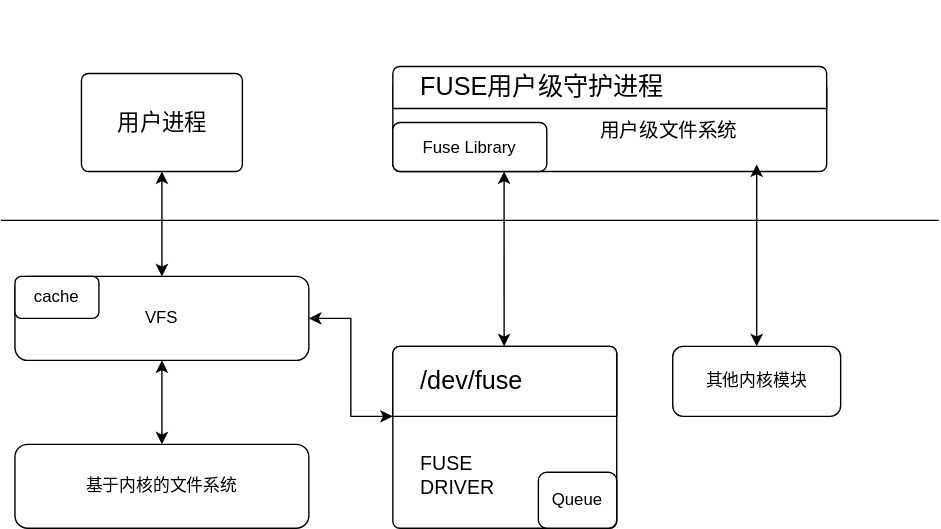
Before: 未命名绘图.drawio.svg, a diagram exported from draw.io (493520280/blog-img). Source tidied: cells renumbered, new cells last; positions are measured from the earlier drawing's top-left corner, leaving out a move shared by most shapes.
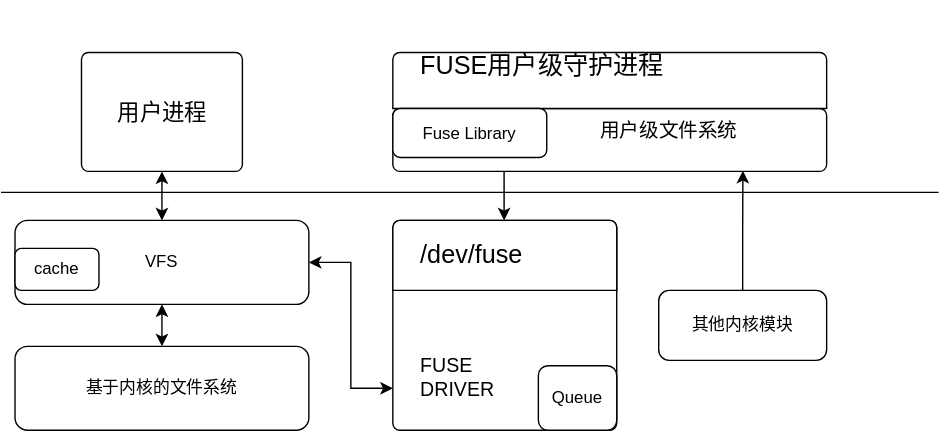
After the change.

Commit message:
更新未命名绘图.drawio.svg

The edit, as a diff of the source:
```diff
@@ -3,7 +3,7 @@
     <mxCell id="0" />
     <mxCell id="1" parent="0" />
     <mxCell id="2" value="用户进程" style="html=1;shadow=0;dashed=0;shape=mxgraph.bootstrap.rrect;rSize=5;strokeWidth=1;whiteSpace=wrap;align=center;verticalAlign=middle;spacingLeft=0;fontStyle=0;fontSize=16;spacing=5;" parent="1" vertex="1">
-      <mxGeometry x="57.5" width="115" height="70" as="geometry" />
+      <mxGeometry x="57.5" y="5" width="115" height="85" as="geometry" />
     </mxCell>
     <mxCell id="3" style="endArrow=none;html=1;rounded=0;" parent="1" edge="1">
       <mxGeometry relative="1" as="geometry">
@@ -15,13 +15,13 @@
       <mxGeometry relative="1" as="geometry" />
     </mxCell>
     <mxCell id="5" value="VFS" style="rounded=1;whiteSpace=wrap;html=1;" parent="1" vertex="1">
-      <mxGeometry x="10" y="145" width="210" height="60" as="geometry" />
+      <mxGeometry x="10" y="125" width="210" height="60" as="geometry" />
     </mxCell>
     <mxCell id="6" value="cache" style="rounded=1;whiteSpace=wrap;html=1;" parent="1" vertex="1">
       <mxGeometry x="10" y="145" width="60" height="30" as="geometry" />
     </mxCell>
     <mxCell id="7" value="基于内核的文件系统" style="rounded=1;whiteSpace=wrap;html=1;" parent="1" vertex="1">
-      <mxGeometry x="10" y="265" width="210" height="60" as="geometry" />
+      <mxGeometry x="10" y="215" width="210" height="60" as="geometry" />
     </mxCell>
     <mxCell id="8" style="endArrow=classic;startArrow=classic;html=1;rounded=0;entryX=0.5;entryY=1;entryDx=0;entryDy=0;exitX=0.5;exitY=0;exitDx=0;exitDy=0;" parent="1" edge="1" source="7" target="5">
       <mxGeometry relative="1" as="geometry" />
@@ -30,43 +30,41 @@
       <mxGeometry relative="1" as="geometry">
         <mxPoint x="280" y="245" as="targetPoint" />
         <Array as="points">
-          <mxPoint x="250" y="175" />
+          <mxPoint x="250" y="155" />
           <mxPoint x="250" y="245" />
         </Array>
       </mxGeometry>
     </mxCell>
     <mxCell id="10" value="&lt;span style=&quot;font-size: 11px;&quot;&gt;&lt;span style=&quot;font-size: 14px;&quot;&gt;&lt;span style=&quot;font-weight: normal;&quot;&gt;FUSE &lt;br&gt;DRIVER&lt;/span&gt;&lt;br style=&quot;&quot;&gt;&lt;/span&gt;&lt;/span&gt;" style="html=1;shadow=0;dashed=0;shape=mxgraph.bootstrap.rrect;rSize=5;html=1;whiteSpace=wrap;verticalAlign=bottom;align=left;spacing=20;spacingBottom=0;fontSize=14;fontStyle=1;" parent="1" vertex="1">
-      <mxGeometry x="280" y="195" width="160" height="130" as="geometry" />
+      <mxGeometry x="280" y="125" width="160" height="150" as="geometry" />
     </mxCell>
     <mxCell id="11" value="/dev/fuse" style="html=1;shadow=0;dashed=0;shape=mxgraph.bootstrap.topButton;rSize=5;perimeter=none;whiteSpace=wrap;fontSize=18;align=left;spacing=20;" parent="10" vertex="1">
       <mxGeometry width="160" height="50" relative="1" as="geometry" />
     </mxCell>
     <mxCell id="12" value="Queue" style="rounded=1;whiteSpace=wrap;html=1;" parent="10" vertex="1">
-      <mxGeometry x="104" y="90" width="56" height="40" as="geometry" />
+      <mxGeometry x="104" y="103.8" width="56" height="46.2" as="geometry" />
     </mxCell>
     <mxCell id="13" style="endArrow=classic;startArrow=classic;html=1;rounded=0;exitX=0.497;exitY=0;exitDx=0;exitDy=0;exitPerimeter=0;" parent="1" edge="1" source="11">
       <mxGeometry relative="1" as="geometry">
         <mxPoint x="359.5" y="70" as="targetPoint" />
       </mxGeometry>
     </mxCell>
+    <mxCell id="19" style="edgeStyle=orthogonalEdgeStyle;rounded=0;jettySize=auto;html=1;entryX=0.807;entryY=0.989;entryDx=0;entryDy=0;entryPerimeter=0;" parent="1" edge="1" source="17" target="14">
+      <mxGeometry relative="1" as="geometry" />
+    </mxCell>
+    <mxCell id="17" value="其他内核模块" style="rounded=1;whiteSpace=wrap;html=1;" parent="1" vertex="1">
+      <mxGeometry x="470" y="175" width="120" height="50" as="geometry" />
+    </mxCell>
     <mxCell id="14" value="&amp;nbsp; &amp;nbsp; &amp;nbsp; &amp;nbsp; &amp;nbsp; &amp;nbsp; &amp;nbsp; &amp;nbsp; &amp;nbsp; &amp;nbsp; &amp;nbsp; &amp;nbsp; &amp;nbsp; &amp;nbsp; &amp;nbsp; &amp;nbsp; &amp;nbsp; &amp;nbsp; &amp;nbsp; &amp;nbsp;&lt;br style=&quot;font-size: 14px;&quot;&gt;&amp;nbsp; &amp;nbsp; &amp;nbsp; &amp;nbsp; &amp;nbsp; &amp;nbsp; &amp;nbsp; &amp;nbsp; &amp;nbsp; &amp;nbsp; &amp;nbsp; &amp;nbsp; &lt;br style=&quot;font-size: 14px;&quot;&gt;&amp;nbsp; &amp;nbsp; &amp;nbsp; &amp;nbsp; &amp;nbsp; &amp;nbsp; &amp;nbsp; &amp;nbsp; &amp;nbsp; &amp;nbsp; &amp;nbsp; &amp;nbsp; &amp;nbsp; &amp;nbsp; &amp;nbsp; &amp;nbsp; &amp;nbsp; &lt;br&gt;&amp;nbsp; &amp;nbsp; &amp;nbsp; &amp;nbsp; &amp;nbsp; &amp;nbsp; &amp;nbsp; &amp;nbsp; &amp;nbsp; &amp;nbsp; &amp;nbsp; &amp;nbsp; &amp;nbsp; &amp;nbsp; &amp;nbsp; &amp;nbsp; &amp;nbsp; &amp;nbsp; &lt;br&gt;&lt;br&gt;&amp;nbsp; &amp;nbsp; &amp;nbsp; &amp;nbsp; &amp;nbsp; &amp;nbsp; &amp;nbsp; &amp;nbsp; &amp;nbsp; &amp;nbsp; &amp;nbsp; &amp;nbsp; &amp;nbsp; &amp;nbsp; &amp;nbsp; &amp;nbsp; &amp;nbsp;用户级文件系统" style="html=1;shadow=0;dashed=0;shape=mxgraph.bootstrap.rrect;rSize=5;html=1;whiteSpace=wrap;verticalAlign=bottom;align=left;spacing=20;spacingBottom=0;fontSize=14;" parent="1" vertex="1">
-      <mxGeometry x="280" y="5" width="310" height="65" as="geometry" />
+      <mxGeometry x="280" y="45" width="310" height="45" as="geometry" />
     </mxCell>
-    <mxCell id="15" value="FUSE用户级守护进程" style="html=1;shadow=0;dashed=0;shape=mxgraph.bootstrap.topButton;rSize=5;perimeter=none;whiteSpace=wrap;fontSize=18;align=left;spacing=20;" parent="14" vertex="1">
-      <mxGeometry width="310" height="30" relative="1" as="geometry">
+    <mxCell id="15" value="FUSE用户级守护进程" style="html=1;shadow=0;dashed=0;shape=mxgraph.bootstrap.topButton;rSize=5;perimeter=none;whiteSpace=wrap;fontSize=18;align=left;spacing=20;" parent="1" vertex="1">
+      <mxGeometry x="280" y="5" width="310" height="40" as="geometry">
         <mxPoint y="-10" as="offset" />
       </mxGeometry>
     </mxCell>
-    <mxCell id="16" value="Fuse Library" style="rounded=1;whiteSpace=wrap;html=1;" parent="14" vertex="1">
-      <mxGeometry y="30" width="110" height="35" as="geometry" />
+    <mxCell id="16" value="Fuse Library" style="rounded=1;whiteSpace=wrap;html=1;" parent="1" vertex="1">
+      <mxGeometry x="280" y="45" width="110" height="35" as="geometry" />
     </mxCell>
-    <mxCell id="17" value="其他内核模块" style="rounded=1;whiteSpace=wrap;html=1;" parent="1" vertex="1">
-      <mxGeometry x="480" y="195" width="120" height="50" as="geometry" />
-    </mxCell>
-    <mxCell id="18" style="endArrow=classic;startArrow=classic;html=1;rounded=0;exitX=0.5;exitY=0;exitDx=0;exitDy=0;" parent="1" edge="1" source="17">
-      <mxGeometry relative="1" as="geometry">
-        <mxPoint x="540" y="65" as="targetPoint" />
-      </mxGeometry>
-    </mxCell>
   </root>
 </mxGraphModel>
```
